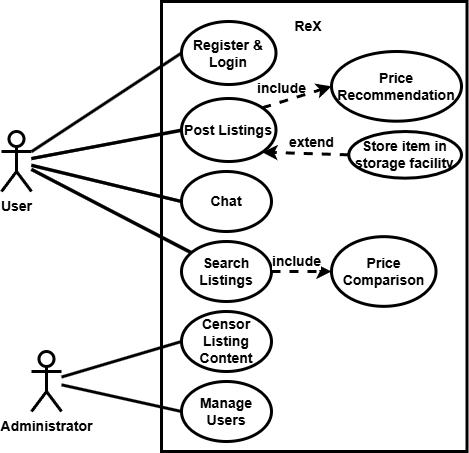
Above: documentation/images/Use_Case_Diagram.png in 2X-2nd/ReX (draw.io), before the change. Source tidied: cells renumbered, new cells last; positions are measured from the earlier drawing's top-left corner, leaving out a move shared by most shapes. Its diagram source:
```xml
<mxGraphModel>
  <root>
    <mxCell id="0" />
    <mxCell id="1" parent="0" />
    <mxCell id="2" style="rounded=0;whiteSpace=wrap;html=1;fillColor=none;fontSize=14;spacing=2;strokeWidth=3;fontStyle=1;" parent="1" vertex="1">
      <mxGeometry x="160" width="305.5" height="450" as="geometry" />
    </mxCell>
    <mxCell id="3" value="Post Listings" style="ellipse;whiteSpace=wrap;html=1;fontSize=14;spacing=2;strokeWidth=3;fontStyle=1;" parent="1" vertex="1">
      <mxGeometry x="180" y="97" width="94.5" height="63" as="geometry" />
    </mxCell>
    <mxCell id="4" value="Search Listings" style="ellipse;whiteSpace=wrap;html=1;fontSize=14;spacing=2;strokeWidth=3;fontStyle=1;" parent="1" vertex="1">
      <mxGeometry x="180" y="240" width="90" height="60" as="geometry" />
    </mxCell>
    <mxCell id="5" value="Chat" style="ellipse;whiteSpace=wrap;html=1;fontSize=14;spacing=2;strokeWidth=3;fontStyle=1;" parent="1" vertex="1">
      <mxGeometry x="180" y="170" width="90" height="60" as="geometry" />
    </mxCell>
    <mxCell id="6" style="rounded=0;jettySize=auto;html=1;exitX=1;exitY=0;exitDx=0;exitDy=0;entryX=0;entryY=0.5;entryDx=0;entryDy=0;dashed=1;fontSize=14;spacing=2;strokeWidth=3;fontStyle=1;" parent="1" edge="1" source="3" target="7">
      <mxGeometry relative="1" as="geometry" />
    </mxCell>
    <mxCell id="7" value="Price Recommendation" style="ellipse;whiteSpace=wrap;html=1;fontSize=14;spacing=2;strokeWidth=3;fontStyle=1;" parent="1" vertex="1">
      <mxGeometry x="330" y="50" width="130" height="69.7" as="geometry" />
    </mxCell>
    <mxCell id="8" value="Censor Listing Content" style="ellipse;whiteSpace=wrap;html=1;fontSize=14;spacing=2;strokeWidth=3;fontStyle=1;" parent="1" vertex="1">
      <mxGeometry x="180" y="310" width="90" height="60" as="geometry" />
    </mxCell>
    <mxCell id="9" style="rounded=0;jettySize=auto;html=1;exitX=0;exitY=0.5;exitDx=0;exitDy=0;entryX=1;entryY=1;entryDx=0;entryDy=0;dashed=1;fontSize=14;spacing=2;strokeWidth=3;fontStyle=1;" parent="1" edge="1" source="11" target="3">
      <mxGeometry relative="1" as="geometry" />
    </mxCell>
    <mxCell id="10" value="&lt;div&gt;extend&lt;/div&gt;" style="edgeLabel;html=1;align=center;verticalAlign=middle;fontSize=14;spacing=2;fontStyle=1;" parent="9" vertex="1">
      <mxGeometry x="-0.01" y="-4" relative="1" as="geometry">
        <mxPoint x="5" y="-8" as="offset" />
      </mxGeometry>
    </mxCell>
    <mxCell id="11" value="Store item in storage facility" style="ellipse;whiteSpace=wrap;html=1;fontSize=14;spacing=2;strokeWidth=3;fontStyle=1;" parent="1" vertex="1">
      <mxGeometry x="347.2" y="130" width="112.8" height="46.7" as="geometry" />
    </mxCell>
    <mxCell id="12" style="rounded=0;jettySize=auto;html=1;exitX=1;exitY=0.5;exitDx=0;exitDy=0;entryX=0;entryY=0.5;entryDx=0;entryDy=0;dashed=1;fontSize=14;spacing=2;strokeWidth=3;fontStyle=1;" parent="1" edge="1" source="4" target="14">
      <mxGeometry relative="1" as="geometry" />
    </mxCell>
    <mxCell id="13" value="include" style="edgeLabel;html=1;align=center;verticalAlign=middle;fontSize=14;spacing=2;fontStyle=1;" parent="12" vertex="1">
      <mxGeometry x="0.17" relative="1" as="geometry">
        <mxPoint x="-10" y="-10" as="offset" />
      </mxGeometry>
    </mxCell>
    <mxCell id="14" value="Price Comparison" style="ellipse;whiteSpace=wrap;html=1;fontSize=14;spacing=2;strokeWidth=3;fontStyle=1;" parent="1" vertex="1">
      <mxGeometry x="330" y="235.2" width="104.5" height="69.7" as="geometry" />
    </mxCell>
    <mxCell id="15" value="include" style="text;html=1;align=center;verticalAlign=middle;strokeColor=none;fillColor=none;fontSize=14;spacing=2;fontStyle=1;" parent="1" vertex="1">
      <mxGeometry x="245" y="71.8" width="70" height="30" as="geometry" />
    </mxCell>
    <mxCell id="16" style="rounded=0;jettySize=auto;html=1;entryX=0;entryY=0.5;entryDx=0;entryDy=0;endArrow=none;endFill=0;fontSize=14;spacing=2;strokeWidth=3;fontStyle=1;" parent="1" edge="1" source="17" target="5">
      <mxGeometry relative="1" as="geometry" />
    </mxCell>
    <mxCell id="17" value="User" style="shape=umlActor;verticalLabelPosition=bottom;verticalAlign=top;html=1;fontSize=14;spacing=2;strokeWidth=3;fontStyle=1;" parent="1" vertex="1">
      <mxGeometry y="130" width="30" height="60" as="geometry" />
    </mxCell>
    <mxCell id="18" style="rounded=0;jettySize=auto;html=1;entryX=0;entryY=0.5;entryDx=0;entryDy=0;endArrow=none;endFill=0;fontSize=14;spacing=2;strokeWidth=3;fontStyle=1;" parent="1" edge="1" source="19" target="8">
      <mxGeometry relative="1" as="geometry" />
    </mxCell>
    <mxCell id="19" value="Administrator" style="shape=umlActor;verticalLabelPosition=bottom;verticalAlign=top;html=1;fontSize=14;spacing=2;strokeWidth=3;fontStyle=1;" parent="1" vertex="1">
      <mxGeometry x="30" y="350" width="30" height="60" as="geometry" />
    </mxCell>
    <mxCell id="20" style="rounded=0;jettySize=auto;html=1;endArrow=none;endFill=0;fontSize=14;spacing=2;strokeWidth=3;fontStyle=1;" parent="1" edge="1" source="17" target="4">
      <mxGeometry relative="1" as="geometry" />
    </mxCell>
    <mxCell id="21" style="rounded=0;jettySize=auto;html=1;entryX=0;entryY=0.5;entryDx=0;entryDy=0;endArrow=none;endFill=0;fontSize=14;spacing=2;strokeWidth=3;fontStyle=1;" parent="1" edge="1" source="17" target="3">
      <mxGeometry relative="1" as="geometry" />
    </mxCell>
    <mxCell id="22" value="&lt;font&gt;ReX&lt;/font&gt;" style="text;html=1;align=center;verticalAlign=middle;whiteSpace=wrap;rounded=0;fontSize=14;spacing=2;fontStyle=1;" parent="1" vertex="1">
      <mxGeometry x="277.2" y="10" width="60" height="30" as="geometry" />
    </mxCell>
    <mxCell id="23" style="rounded=0;jettySize=auto;html=1;exitX=0;exitY=0.5;exitDx=0;exitDy=0;endArrow=none;endFill=0;fontSize=14;spacing=2;strokeWidth=3;fontStyle=1;" parent="1" edge="1" source="24" target="19">
      <mxGeometry relative="1" as="geometry" />
    </mxCell>
    <mxCell id="24" value="Manage Users" style="ellipse;whiteSpace=wrap;html=1;fontSize=14;spacing=2;strokeWidth=3;fontStyle=1;" parent="1" vertex="1">
      <mxGeometry x="180" y="380" width="90" height="60" as="geometry" />
    </mxCell>
    <mxCell id="25" style="rounded=0;jettySize=auto;html=1;exitX=0;exitY=0.5;exitDx=0;exitDy=0;endArrow=none;startFill=0;fontSize=14;spacing=2;strokeWidth=3;fontStyle=1;" parent="1" edge="1" source="26" target="17">
      <mxGeometry relative="1" as="geometry" />
    </mxCell>
    <mxCell id="26" value="Register &amp;amp; &lt;br&gt;Login" style="ellipse;whiteSpace=wrap;html=1;fontSize=14;spacing=2;strokeWidth=3;fontStyle=1;" parent="1" vertex="1">
      <mxGeometry x="180" y="20" width="94.5" height="63" as="geometry" />
    </mxCell>
    <mxCell id="27" style="rounded=0;orthogonalLoop=1;jettySize=auto;html=1;entryX=0;entryY=0.5;entryDx=0;entryDy=0;endArrow=none;endFill=0;fontSize=14;spacing=2;strokeWidth=3;fontStyle=1;" parent="1" edge="1">
      <mxGeometry relative="1" as="geometry">
        <mxPoint x="30" y="164" as="sourcePoint" />
        <mxPoint x="180" y="200" as="targetPoint" />
      </mxGeometry>
    </mxCell>
    <mxCell id="28" style="rounded=0;orthogonalLoop=1;jettySize=auto;html=1;endArrow=none;endFill=0;fontSize=14;spacing=2;strokeWidth=3;fontStyle=1;" parent="1" edge="1">
      <mxGeometry relative="1" as="geometry">
        <mxPoint x="30" y="168" as="sourcePoint" />
        <mxPoint x="190" y="251" as="targetPoint" />
      </mxGeometry>
    </mxCell>
    <mxCell id="29" style="rounded=0;orthogonalLoop=1;jettySize=auto;html=1;entryX=0;entryY=0.5;entryDx=0;entryDy=0;endArrow=none;endFill=0;fontSize=14;spacing=2;strokeWidth=3;fontStyle=1;" parent="1" edge="1">
      <mxGeometry relative="1" as="geometry">
        <mxPoint x="30" y="157" as="sourcePoint" />
        <mxPoint x="180" y="129" as="targetPoint" />
      </mxGeometry>
    </mxCell>
  </root>
</mxGraphModel>
```
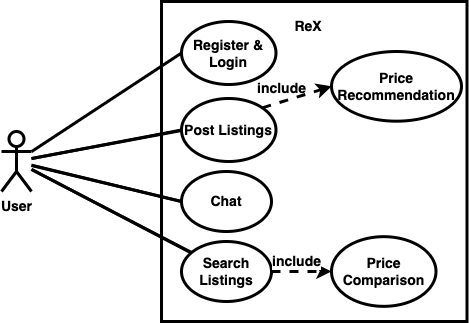
Above is the later version.

Commit message:
update requirement and design markdown file

Diff of the diagram source:
```diff
@@ -3,7 +3,7 @@
     <mxCell id="0" />
     <mxCell id="1" parent="0" />
     <mxCell id="2" style="rounded=0;whiteSpace=wrap;html=1;fillColor=none;fontSize=14;spacing=2;strokeWidth=3;fontStyle=1;" parent="1" vertex="1">
-      <mxGeometry x="160" width="305.5" height="450" as="geometry" />
+      <mxGeometry x="160" width="305.5" height="320" as="geometry" />
     </mxCell>
     <mxCell id="3" value="Post Listings" style="ellipse;whiteSpace=wrap;html=1;fontSize=14;spacing=2;strokeWidth=3;fontStyle=1;" parent="1" vertex="1">
       <mxGeometry x="180" y="97" width="94.5" height="63" as="geometry" />
@@ -20,20 +20,6 @@
     <mxCell id="7" value="Price Recommendation" style="ellipse;whiteSpace=wrap;html=1;fontSize=14;spacing=2;strokeWidth=3;fontStyle=1;" parent="1" vertex="1">
       <mxGeometry x="330" y="50" width="130" height="69.7" as="geometry" />
     </mxCell>
-    <mxCell id="8" value="Censor Listing Content" style="ellipse;whiteSpace=wrap;html=1;fontSize=14;spacing=2;strokeWidth=3;fontStyle=1;" parent="1" vertex="1">
-      <mxGeometry x="180" y="310" width="90" height="60" as="geometry" />
-    </mxCell>
-    <mxCell id="9" style="rounded=0;jettySize=auto;html=1;exitX=0;exitY=0.5;exitDx=0;exitDy=0;entryX=1;entryY=1;entryDx=0;entryDy=0;dashed=1;fontSize=14;spacing=2;strokeWidth=3;fontStyle=1;" parent="1" edge="1" source="11" target="3">
-      <mxGeometry relative="1" as="geometry" />
-    </mxCell>
-    <mxCell id="10" value="&lt;div&gt;extend&lt;/div&gt;" style="edgeLabel;html=1;align=center;verticalAlign=middle;fontSize=14;spacing=2;fontStyle=1;" parent="9" vertex="1">
-      <mxGeometry x="-0.01" y="-4" relative="1" as="geometry">
-        <mxPoint x="5" y="-8" as="offset" />
-      </mxGeometry>
-    </mxCell>
-    <mxCell id="11" value="Store item in storage facility" style="ellipse;whiteSpace=wrap;html=1;fontSize=14;spacing=2;strokeWidth=3;fontStyle=1;" parent="1" vertex="1">
-      <mxGeometry x="347.2" y="130" width="112.8" height="46.7" as="geometry" />
-    </mxCell>
     <mxCell id="12" style="rounded=0;jettySize=auto;html=1;exitX=1;exitY=0.5;exitDx=0;exitDy=0;entryX=0;entryY=0.5;entryDx=0;entryDy=0;dashed=1;fontSize=14;spacing=2;strokeWidth=3;fontStyle=1;" parent="1" edge="1" source="4" target="14">
       <mxGeometry relative="1" as="geometry" />
     </mxCell>
@@ -54,12 +40,6 @@
     <mxCell id="17" value="User" style="shape=umlActor;verticalLabelPosition=bottom;verticalAlign=top;html=1;fontSize=14;spacing=2;strokeWidth=3;fontStyle=1;" parent="1" vertex="1">
       <mxGeometry y="130" width="30" height="60" as="geometry" />
     </mxCell>
-    <mxCell id="18" style="rounded=0;jettySize=auto;html=1;entryX=0;entryY=0.5;entryDx=0;entryDy=0;endArrow=none;endFill=0;fontSize=14;spacing=2;strokeWidth=3;fontStyle=1;" parent="1" edge="1" source="19" target="8">
-      <mxGeometry relative="1" as="geometry" />
-    </mxCell>
-    <mxCell id="19" value="Administrator" style="shape=umlActor;verticalLabelPosition=bottom;verticalAlign=top;html=1;fontSize=14;spacing=2;strokeWidth=3;fontStyle=1;" parent="1" vertex="1">
-      <mxGeometry x="30" y="350" width="30" height="60" as="geometry" />
-    </mxCell>
     <mxCell id="20" style="rounded=0;jettySize=auto;html=1;endArrow=none;endFill=0;fontSize=14;spacing=2;strokeWidth=3;fontStyle=1;" parent="1" edge="1" source="17" target="4">
       <mxGeometry relative="1" as="geometry" />
     </mxCell>
@@ -69,12 +49,6 @@
     <mxCell id="22" value="&lt;font&gt;ReX&lt;/font&gt;" style="text;html=1;align=center;verticalAlign=middle;whiteSpace=wrap;rounded=0;fontSize=14;spacing=2;fontStyle=1;" parent="1" vertex="1">
       <mxGeometry x="277.2" y="10" width="60" height="30" as="geometry" />
     </mxCell>
-    <mxCell id="23" style="rounded=0;jettySize=auto;html=1;exitX=0;exitY=0.5;exitDx=0;exitDy=0;endArrow=none;endFill=0;fontSize=14;spacing=2;strokeWidth=3;fontStyle=1;" parent="1" edge="1" source="24" target="19">
-      <mxGeometry relative="1" as="geometry" />
-    </mxCell>
-    <mxCell id="24" value="Manage Users" style="ellipse;whiteSpace=wrap;html=1;fontSize=14;spacing=2;strokeWidth=3;fontStyle=1;" parent="1" vertex="1">
-      <mxGeometry x="180" y="380" width="90" height="60" as="geometry" />
-    </mxCell>
     <mxCell id="25" style="rounded=0;jettySize=auto;html=1;exitX=0;exitY=0.5;exitDx=0;exitDy=0;endArrow=none;startFill=0;fontSize=14;spacing=2;strokeWidth=3;fontStyle=1;" parent="1" edge="1" source="26" target="17">
       <mxGeometry relative="1" as="geometry" />
     </mxCell>
```
